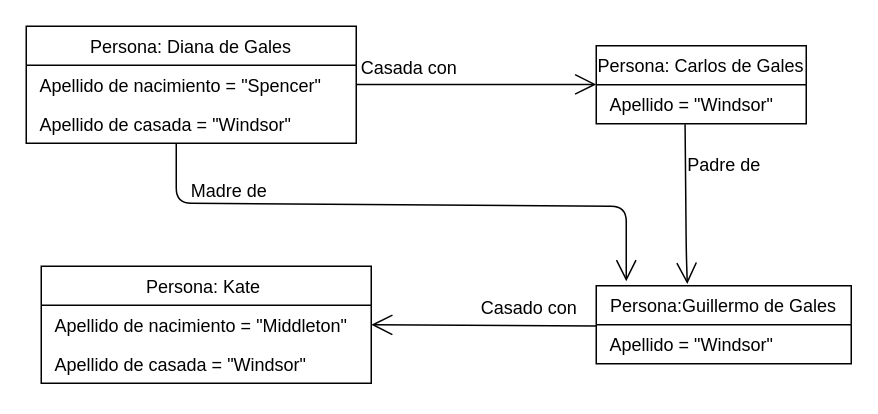
Above: Ejercicio_02.drawio in Trabajos-grupales/UML (draw.io), before the change. Source tidied: cells renumbered, new cells numbered last; positions are measured from the earlier drawing's top-left corner, leaving out a move shared by most shapes. Both pictures are drawn from the tidied source at 150%, with x=0, y=0 at pixel (26, 26).
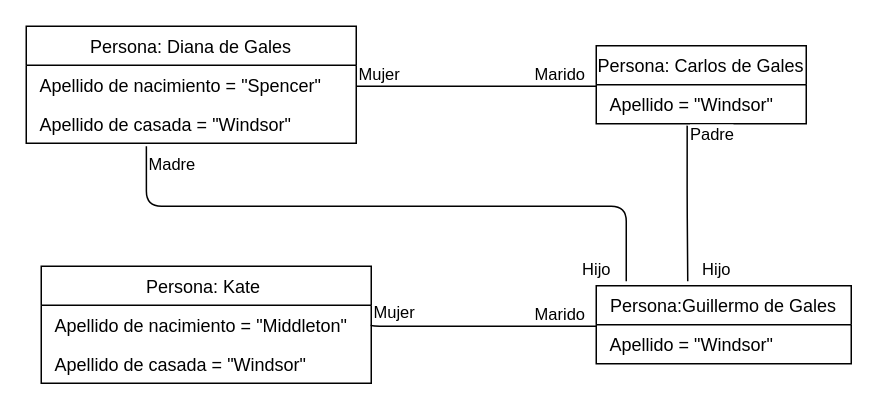
Above is the later version.

The change refers to these unchanged cells:
```xml
<mxCell id="4" value=" Apellido de casada = &quot;Windsor&quot;" style="text;strokeColor=none;fillColor=none;align=left;verticalAlign=top;spacingLeft=4;spacingRight=4;overflow=hidden;points=[[0,0.5],[1,0.5]];portConstraint=eastwest;" parent="2" vertex="1">
  <mxGeometry y="52" width="220" height="26" as="geometry" />
</mxCell>
<mxCell id="6" value=" Apellido = &quot;Windsor&quot;" style="text;strokeColor=none;fillColor=none;align=left;verticalAlign=top;spacingLeft=4;spacingRight=4;overflow=hidden;points=[[0,0.5],[1,0.5]];portConstraint=eastwest;" parent="5" vertex="1">
  <mxGeometry y="26" width="140" height="26" as="geometry" />
</mxCell>
<mxCell id="7" value="Persona:Guillermo de Gales" style="swimlane;fontStyle=0;horizontal=1;startSize=26;fillColor=none;" parent="1" vertex="1">
  <mxGeometry x="380" y="173" width="170" height="52" as="geometry" />
</mxCell>
<mxCell id="8" value=" Apellido = &quot;Windsor&quot;" style="text;strokeColor=none;fillColor=none;align=left;verticalAlign=top;spacingLeft=4;spacingRight=4;overflow=hidden;points=[[0,0.5],[1,0.5]];portConstraint=eastwest;" parent="7" vertex="1">
  <mxGeometry y="26" width="170" height="26" as="geometry" />
</mxCell>
<mxCell id="10" value=" Apellido de nacimiento = &quot;Middleton&quot;" style="text;strokeColor=none;fillColor=none;align=left;verticalAlign=top;spacingLeft=4;spacingRight=4;overflow=hidden;points=[[0,0.5],[1,0.5]];portConstraint=eastwest;" parent="9" vertex="1">
  <mxGeometry y="26" width="220" height="26" as="geometry" />
</mxCell>
```

Diff of the diagram source:
```diff
@@
-    <mxCell id="12" style="endArrow=open;endFill=1;endSize=12;html=1;" parent="1" edge="1">
-      <mxGeometry relative="1" as="geometry">
-        <mxPoint x="220" y="38.8" as="sourcePoint" />
-        <mxPoint x="380" y="38.8" as="targetPoint" />
-      </mxGeometry>
-    </mxCell>
-    <mxCell id="13" value="Casada con" style="text;html=1;align=center;verticalAlign=middle;strokeColor=none;fillColor=none;" parent="1" vertex="1">
-      <mxGeometry x="210" y="13" width="90" height="30" as="geometry" />
-    </mxCell>
-    <mxCell id="14" style="endArrow=open;endFill=1;endSize=12;html=1;exitX=0.423;exitY=1.014;exitDx=0;exitDy=0;exitPerimeter=0;entryX=0.357;entryY=-0.022;entryDx=0;entryDy=0;entryPerimeter=0;" parent="1" edge="1" source="6" target="7">
-      <mxGeometry relative="1" as="geometry">
-        <Array as="points">
-          <mxPoint x="440" y="150" />
-        </Array>
-      </mxGeometry>
-    </mxCell>
-    <mxCell id="15" value="Padre de" style="text;html=1;align=center;verticalAlign=middle;strokeColor=none;fillColor=none;" parent="1" vertex="1">
-      <mxGeometry x="430" y="78" width="70" height="30" as="geometry" />
-    </mxCell>
-    <mxCell id="16" style="endArrow=open;endFill=1;endSize=12;html=1;entryX=1;entryY=0.5;entryDx=0;entryDy=0;exitX=0.003;exitY=0.033;exitDx=0;exitDy=0;exitPerimeter=0;" parent="1" edge="1" source="8" target="10">
-      <mxGeometry relative="1" as="geometry" />
-    </mxCell>
-    <mxCell id="17" value="Casado con" style="text;html=1;align=center;verticalAlign=middle;strokeColor=none;fillColor=none;" parent="1" vertex="1">
-      <mxGeometry x="290" y="173" width="90" height="30" as="geometry" />
-    </mxCell>
-    <mxCell id="18" style="endArrow=open;endFill=1;endSize=12;html=1;" parent="1" edge="1">
-      <mxGeometry relative="1" as="geometry">
-        <mxPoint x="100" y="78" as="sourcePoint" />
-        <mxPoint x="400" y="170" as="targetPoint" />
-        <Array as="points">
-          <mxPoint x="100" y="118" />
-          <mxPoint x="400" y="120" />
-        </Array>
-      </mxGeometry>
-    </mxCell>
-    <mxCell id="19" value="Madre de" style="text;html=1;align=center;verticalAlign=middle;strokeColor=none;fillColor=none;" parent="1" vertex="1">
-      <mxGeometry x="100" y="95" width="70" height="30" as="geometry" />
-    </mxCell>
+    <mxCell id="20" style="endArrow=none;html=1;edgeStyle=orthogonalEdgeStyle;" parent="1" edge="1">
+      <mxGeometry relative="1" as="geometry">
+        <mxPoint x="220" y="40" as="sourcePoint" />
+        <mxPoint x="380" y="40" as="targetPoint" />
+      </mxGeometry>
+    </mxCell>
+    <mxCell id="21" value="Mujer" style="edgeLabel;html=1;align=left;verticalAlign=bottom;" parent="20" vertex="1">
+      <mxGeometry x="-1" relative="1" as="geometry" />
+    </mxCell>
+    <mxCell id="22" value="Marido" style="edgeLabel;html=1;align=right;verticalAlign=bottom;" parent="20" vertex="1">
+      <mxGeometry x="1" relative="1" as="geometry">
+        <mxPoint x="-7" as="offset" />
+      </mxGeometry>
+    </mxCell>
+    <mxCell id="23" style="endArrow=none;html=1;edgeStyle=orthogonalEdgeStyle;exitX=0.433;exitY=1.048;exitDx=0;exitDy=0;exitPerimeter=0;" parent="1" edge="1" source="6">
+      <mxGeometry relative="1" as="geometry">
+        <mxPoint x="441" y="170" as="targetPoint" />
+        <Array as="points">
+          <mxPoint x="441" y="118" />
+        </Array>
+      </mxGeometry>
+    </mxCell>
+    <mxCell id="24" value="Padre" style="edgeLabel;html=1;align=left;verticalAlign=bottom;" parent="23" vertex="1">
+      <mxGeometry x="-1" relative="1" as="geometry">
+        <mxPoint y="14" as="offset" />
+      </mxGeometry>
+    </mxCell>
+    <mxCell id="25" value="Hijo" style="edgeLabel;html=1;align=right;verticalAlign=bottom;" parent="23" vertex="1">
+      <mxGeometry x="1" relative="1" as="geometry">
+        <mxPoint x="29" as="offset" />
+      </mxGeometry>
+    </mxCell>
+    <mxCell id="26" style="endArrow=none;html=1;edgeStyle=orthogonalEdgeStyle;exitX=0.364;exitY=1.077;exitDx=0;exitDy=0;exitPerimeter=0;" parent="1" edge="1" source="4">
+      <mxGeometry relative="1" as="geometry">
+        <mxPoint x="400" y="170" as="targetPoint" />
+        <Array as="points">
+          <mxPoint x="80" y="120" />
+          <mxPoint x="400" y="120" />
+        </Array>
+      </mxGeometry>
+    </mxCell>
+    <mxCell id="27" value="Madre" style="edgeLabel;html=1;align=left;verticalAlign=bottom;" parent="26" vertex="1">
+      <mxGeometry x="-1" relative="1" as="geometry">
+        <mxPoint y="20" as="offset" />
+      </mxGeometry>
+    </mxCell>
+    <mxCell id="28" value="Hijo" style="edgeLabel;html=1;align=right;verticalAlign=bottom;" parent="26" vertex="1">
+      <mxGeometry x="1" relative="1" as="geometry">
+        <mxPoint x="-10" as="offset" />
+      </mxGeometry>
+    </mxCell>
+    <mxCell id="29" style="endArrow=none;html=1;edgeStyle=orthogonalEdgeStyle;exitX=1;exitY=0.5;exitDx=0;exitDy=0;entryX=0;entryY=0.038;entryDx=0;entryDy=0;entryPerimeter=0;" parent="1" edge="1" source="10" target="8">
+      <mxGeometry relative="1" as="geometry">
+        <Array as="points">
+          <mxPoint x="380" y="200" />
+        </Array>
+      </mxGeometry>
+    </mxCell>
+    <mxCell id="30" value="Mujer" style="edgeLabel;html=1;align=left;verticalAlign=bottom;" parent="29" vertex="1">
+      <mxGeometry x="-1" relative="1" as="geometry" />
+    </mxCell>
+    <mxCell id="31" value="Marido" style="edgeLabel;html=1;align=right;verticalAlign=bottom;" parent="29" vertex="1">
+      <mxGeometry x="1" relative="1" as="geometry">
+        <mxPoint x="-7" as="offset" />
+      </mxGeometry>
+    </mxCell>
```
